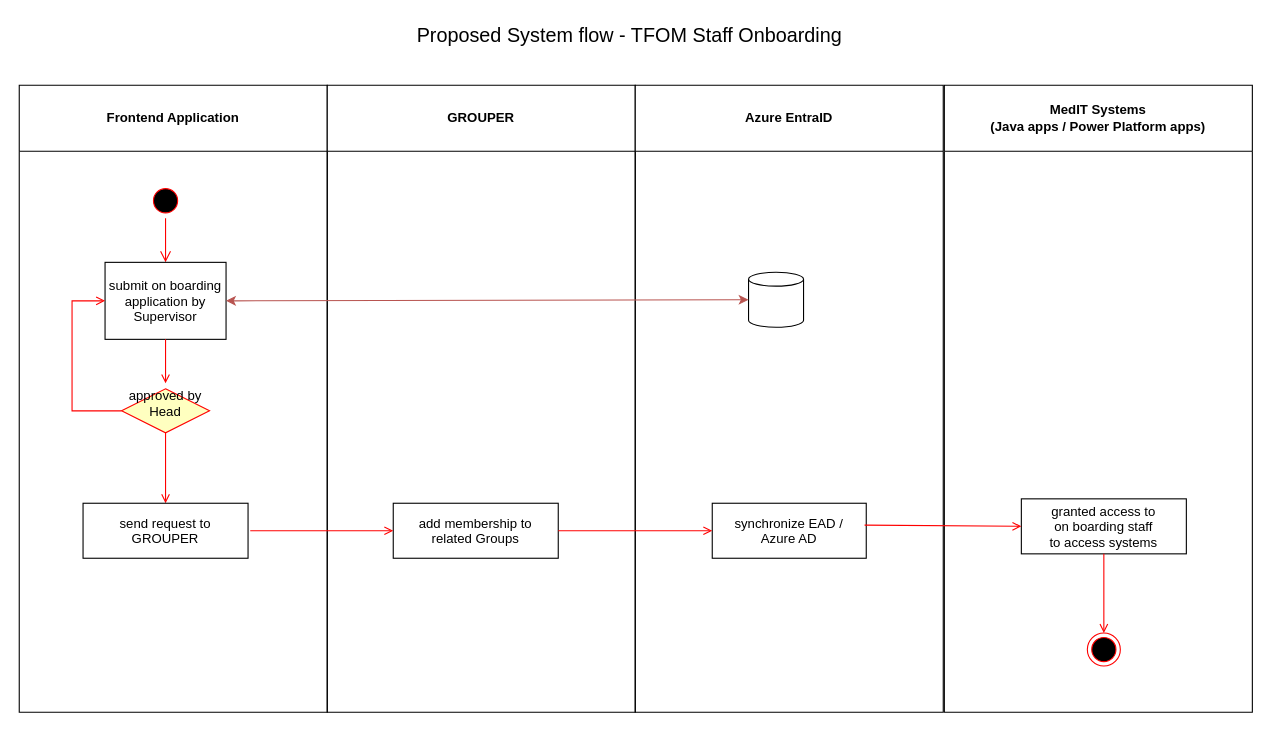
Earlier version of the draw.io diagram diagram/Untitled Diagram.drawio (Maurice-Tam/draw.io). Source tidied: cells renumbered, new cells numbered last; positions are measured from the earlier drawing's top-left corner, leaving out a move shared by most shapes. Both pictures are drawn from the tidied source at 110%, with x=0, y=0 at pixel (19, 19).
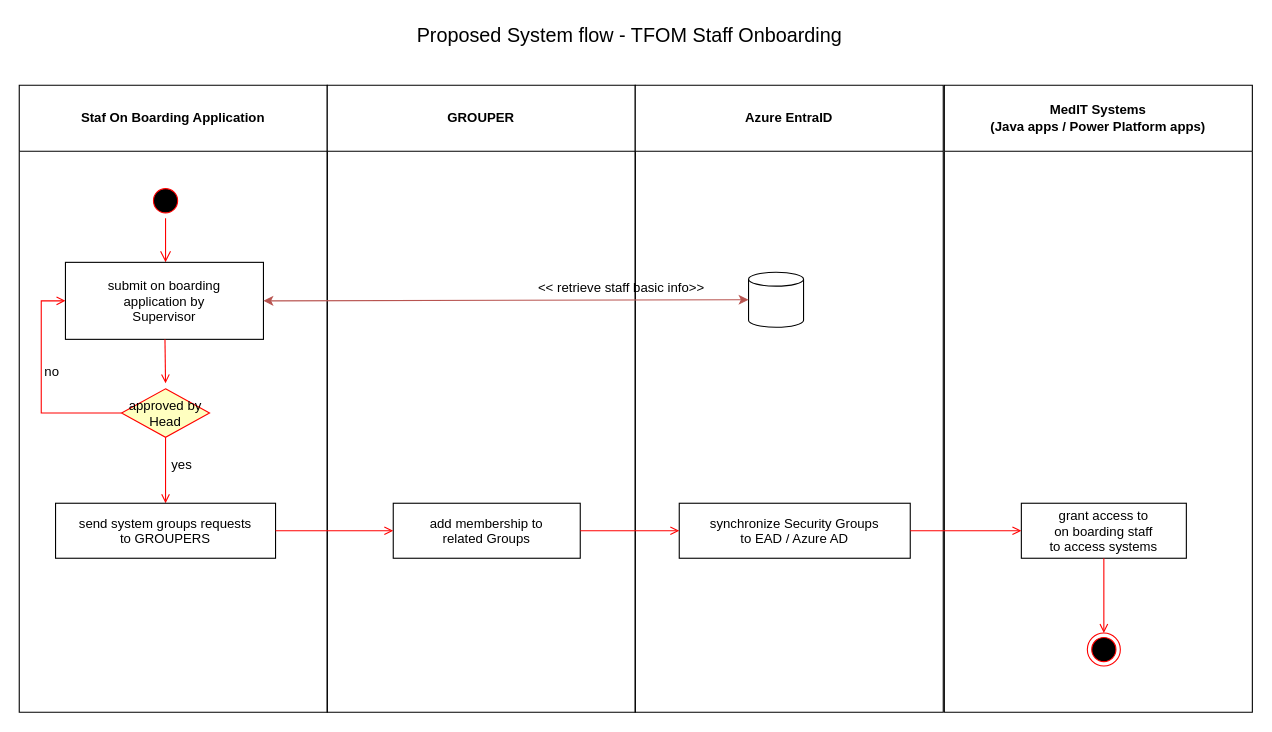
The same diagram, later.

Unchanged cells that the change refers to:
```xml
<mxCell id="11" value="GROUPER" style="swimlane;whiteSpace=wrap;startSize=60;" parent="1" vertex="1">
  <mxGeometry x="280" y="60" width="280" height="570" as="geometry" />
</mxCell>
<mxCell id="14" value="Azure EntraID" style="swimlane;whiteSpace=wrap;startSize=60;" parent="1" vertex="1">
  <mxGeometry x="560" y="60" width="280" height="570" as="geometry" />
</mxCell>
<mxCell id="17" value="MedIT Systems&#10;(Java apps / Power Platform apps)" style="swimlane;whiteSpace=wrap;startSize=60;" parent="1" vertex="1">
  <mxGeometry x="841" y="60" width="280" height="570" as="geometry" />
</mxCell>
```

The edit, as a diff of the source:
```diff
@@
-    <mxCell id="2" value="Frontend Application" style="swimlane;whiteSpace=wrap;startSize=60;" parent="1" vertex="1">
+    <mxCell id="2" value="Staf On Boarding Application" style="swimlane;whiteSpace=wrap;startSize=60;" parent="1" vertex="1">
       <mxGeometry y="60" width="280" height="570" as="geometry" />
     </mxCell>
@@
     <mxCell id="5" value="submit on boarding&#10;application by &#10;Supervisor" parent="2" vertex="1">
-      <mxGeometry x="78" y="161" width="110" height="70" as="geometry" />
+      <mxGeometry x="42" y="161" width="180" height="70" as="geometry" />
     </mxCell>
@@
-    <mxCell id="7" value="approved by&#10;Head&#10;" style="rhombus;fillColor=#ffffc0;strokeColor=#ff0000;" parent="2" vertex="1">
-      <mxGeometry x="93" y="276" width="80" height="40" as="geometry" />
+    <mxCell id="7" value="approved by&#10;Head" style="rhombus;fillColor=#ffffc0;strokeColor=#ff0000;" parent="2" vertex="1">
+      <mxGeometry x="93" y="276" width="80" height="44" as="geometry" />
     </mxCell>
-    <mxCell id="8" style="edgeStyle=elbowEdgeStyle;elbow=horizontal;strokeColor=#FF0000;endArrow=open;endFill=1;rounded=0;entryX=0;entryY=0.5;entryDx=0;entryDy=0;exitX=0;exitY=0.5;exitDx=0;exitDy=0;" parent="2" edge="1" source="7" target="5">
+    <mxCell id="8" style="edgeStyle=elbowEdgeStyle;elbow=horizontal;strokeColor=#FF0000;endArrow=open;endFill=1;rounded=0;exitX=0;exitY=0.5;exitDx=0;exitDy=0;entryX=0;entryY=0.5;entryDx=0;entryDy=0;" parent="2" edge="1" source="7" target="5">
       <mxGeometry relative="1" as="geometry">
         <Array as="points">
-          <mxPoint x="48" y="281" />
+          <mxPoint x="20" y="250" />
         </Array>
       </mxGeometry>
     </mxCell>
@@
-    <mxCell id="10" value="send request to &#10;GROUPER" parent="2" vertex="1">
-      <mxGeometry x="58" y="380" width="150" height="50" as="geometry" />
+    <mxCell id="10" value="send system groups requests &#10;to GROUPERS" parent="2" vertex="1">
+      <mxGeometry x="33" y="380" width="200" height="50" as="geometry" />
     </mxCell>
+    <mxCell id="25" value="no" style="text;html=1;strokeColor=none;fillColor=none;align=center;verticalAlign=middle;whiteSpace=wrap;rounded=0;" parent="2" vertex="1">
+      <mxGeometry y="246" width="60" height="30" as="geometry" />
+    </mxCell>
+    <mxCell id="26" value="yes" style="text;html=1;strokeColor=none;fillColor=none;align=center;verticalAlign=middle;whiteSpace=wrap;rounded=0;" parent="2" vertex="1">
+      <mxGeometry x="118" y="330" width="60" height="30" as="geometry" />
+    </mxCell>
@@
     <mxCell id="12" value="add membership to &#10;related Groups" parent="11" vertex="1">
-      <mxGeometry x="60" y="380" width="150" height="50" as="geometry" />
+      <mxGeometry x="60" y="380" width="170" height="50" as="geometry" />
     </mxCell>
-    <mxCell id="13" style="endArrow=open;strokeColor=#FF0000;endFill=1;rounded=0;" parent="11" edge="1" target="12">
-      <mxGeometry relative="1" as="geometry">
-        <mxPoint x="-70" y="405" as="sourcePoint" />
-      </mxGeometry>
-    </mxCell>
+    <mxCell id="27" value="&amp;lt;&amp;lt; retrieve staff basic info&amp;gt;&amp;gt;" style="text;whiteSpace=wrap;html=1;" parent="11" vertex="1">
+      <mxGeometry x="190" y="170" width="200" height="50" as="geometry" />
+    </mxCell>
@@
-    <mxCell id="15" value="synchronize EAD /&#10;Azure AD" parent="14" vertex="1">
-      <mxGeometry x="70" y="380" width="140" height="50" as="geometry" />
+    <mxCell id="15" value="synchronize Security Groups &#10;to EAD / Azure AD" parent="14" vertex="1">
+      <mxGeometry x="40" y="380" width="210" height="50" as="geometry" />
     </mxCell>
@@
-    <mxCell id="18" value="granted access to &#10;on boarding staff &#10;to access systems" parent="17" vertex="1">
-      <mxGeometry x="70" y="376" width="150" height="50" as="geometry" />
+    <mxCell id="18" value="grant access to &#10;on boarding staff &#10;to access systems" parent="17" vertex="1">
+      <mxGeometry x="70" y="380" width="150" height="50" as="geometry" />
     </mxCell>
@@
-    <mxCell id="23" style="endArrow=open;strokeColor=#FF0000;endFill=1;rounded=0;exitX=0.989;exitY=0.398;exitDx=0;exitDy=0;entryX=0;entryY=0.5;entryDx=0;entryDy=0;exitPerimeter=0;" parent="1" edge="1" source="15" target="18">
+    <mxCell id="23" style="endArrow=open;strokeColor=#FF0000;endFill=1;rounded=0;exitX=1;exitY=0.5;exitDx=0;exitDy=0;entryX=0;entryY=0.5;entryDx=0;entryDy=0;" parent="1" edge="1" source="15" target="18">
       <mxGeometry relative="1" as="geometry" />
     </mxCell>
@@
+    <mxCell id="13" style="endArrow=open;strokeColor=#FF0000;endFill=1;rounded=0;exitX=1;exitY=0.5;exitDx=0;exitDy=0;" parent="1" edge="1" source="10" target="12">
+      <mxGeometry relative="1" as="geometry" />
+    </mxCell>
```
